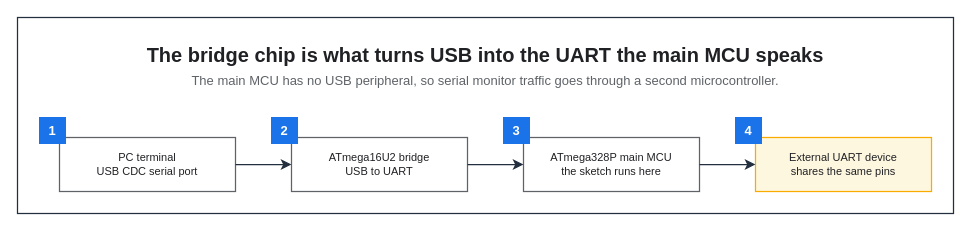
Earlier version of the draw.io diagram assets/img/hardware/usb-serial-bridge-flow.drawio (KKamJi98/kkamji98.github.io). Source tidied: cells renumbered, new cells numbered last; positions are measured from the earlier drawing's top-left corner, leaving out a move shared by most shapes. Both pictures are drawn from the tidied source at 100%, with x=0, y=0 at pixel (17, 17).
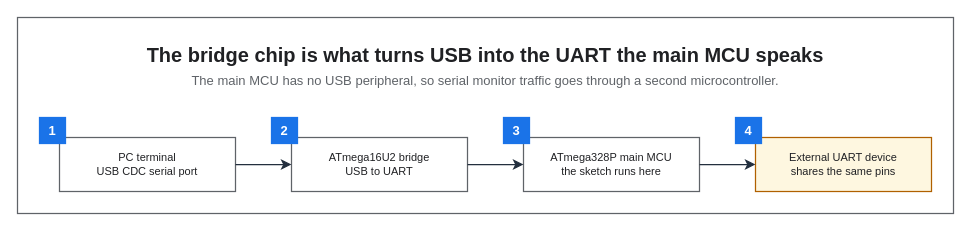
Above is the later version.

What changed in the source:
```diff
@@
 <mxGraphModel background="#FFFFFF">
   <root>
     <mxCell id="0" />
     <mxCell id="1" parent="0" />
-    <mxCell id="2" style="rounded=0;html=0;fillColor=none;strokeColor=#232F3E;fontColor=#202124;strokeWidth=1.25;" parent="1" vertex="1">
+    <mxCell id="2" style="rounded=0;html=0;fillColor=none;strokeColor=#5F6368;fontColor=#202124;strokeWidth=1.25;" parent="1" vertex="1">
       <mxGeometry width="936" height="196" as="geometry" />
     </mxCell>
     <mxCell id="3" value="The bridge chip is what turns USB into the UART the main MCU speaks" style="text;html=0;whiteSpace=wrap;fillColor=none;strokeColor=none;fontColor=#202124;fontSize=20;fontStyle=1;align=center;verticalAlign=middle;" parent="1" vertex="1">
       <mxGeometry x="22" y="22" width="892" height="30" as="geometry" />
     </mxCell>
     <mxCell id="4" value="The main MCU has no USB peripheral, so serial monitor traffic goes through a second microcontroller." style="text;html=0;whiteSpace=wrap;fillColor=none;strokeColor=none;fontColor=#5F6368;fontSize=13;fontStyle=0;align=center;verticalAlign=middle;" parent="1" vertex="1">
       <mxGeometry x="22" y="52" width="892" height="22" as="geometry" />
     </mxCell>
     <mxCell id="5" value="PC terminal&#10;USB CDC serial port" style="rounded=0;whiteSpace=wrap;html=0;fillColor=#FFFFFF;strokeColor=#5F6368;fontColor=#202124;fontSize=11;fontStyle=0;align=center;verticalAlign=middle;spacingLeft=6;spacingRight=6;strokeWidth=1.25;" parent="1" vertex="1">
       <mxGeometry x="42" y="120" width="176" height="54" as="geometry" />
     </mxCell>
     <mxCell id="6" value="ATmega16U2 bridge&#10;USB to UART" style="rounded=0;whiteSpace=wrap;html=0;fillColor=#FFFFFF;strokeColor=#5F6368;fontColor=#202124;fontSize=11;fontStyle=0;align=center;verticalAlign=middle;spacingLeft=6;spacingRight=6;strokeWidth=1.25;" parent="1" vertex="1">
       <mxGeometry x="274" y="120" width="176" height="54" as="geometry" />
     </mxCell>
     <mxCell id="7" value="ATmega328P main MCU&#10;the sketch runs here" style="rounded=0;whiteSpace=wrap;html=0;fillColor=#FFFFFF;strokeColor=#5F6368;fontColor=#202124;fontSize=11;fontStyle=0;align=center;verticalAlign=middle;spacingLeft=6;spacingRight=6;strokeWidth=1.25;" parent="1" vertex="1">
       <mxGeometry x="506" y="120" width="176" height="54" as="geometry" />
     </mxCell>
-    <mxCell id="8" value="External UART device&#10;shares the same pins" style="rounded=0;whiteSpace=wrap;html=0;fillColor=#FEF7E0;strokeColor=#F9AB00;fontColor=#202124;fontSize=11;fontStyle=0;align=center;verticalAlign=middle;spacingLeft=6;spacingRight=6;strokeWidth=1.25;" parent="1" vertex="1">
+    <mxCell id="8" value="External UART device&#10;shares the same pins" style="rounded=0;whiteSpace=wrap;html=0;fillColor=#FEF7E0;strokeColor=#B06000;fontColor=#202124;fontSize=11;fontStyle=0;align=center;verticalAlign=middle;spacingLeft=6;spacingRight=6;strokeWidth=1.25;" parent="1" vertex="1">
       <mxGeometry x="738" y="120" width="176" height="54" as="geometry" />
     </mxCell>
-    <mxCell id="9" value="1" style="rounded=0;whiteSpace=wrap;html=0;fillColor=#1A73E8;strokeColor=#1A73E8;fontColor=#FFFFFF;fontSize=13;fontStyle=1;align=center;verticalAlign=middle;" parent="1" vertex="1">
+    <mxCell id="9" value="1" style="rounded=0;whiteSpace=wrap;html=0;fillColor=#1A73E8;strokeColor=#1A73E8;fontColor=#FFFFFF;fontSize=13;fontStyle=1;align=center;verticalAlign=middle;strokeWidth=1.25;" parent="1" vertex="1">
       <mxGeometry x="22" y="100" width="26" height="26" as="geometry" />
     </mxCell>
-    <mxCell id="10" value="2" style="rounded=0;whiteSpace=wrap;html=0;fillColor=#1A73E8;strokeColor=#1A73E8;fontColor=#FFFFFF;fontSize=13;fontStyle=1;align=center;verticalAlign=middle;" parent="1" vertex="1">
+    <mxCell id="10" value="2" style="rounded=0;whiteSpace=wrap;html=0;fillColor=#1A73E8;strokeColor=#1A73E8;fontColor=#FFFFFF;fontSize=13;fontStyle=1;align=center;verticalAlign=middle;strokeWidth=1.25;" parent="1" vertex="1">
       <mxGeometry x="254" y="100" width="26" height="26" as="geometry" />
     </mxCell>
-    <mxCell id="11" value="3" style="rounded=0;whiteSpace=wrap;html=0;fillColor=#1A73E8;strokeColor=#1A73E8;fontColor=#FFFFFF;fontSize=13;fontStyle=1;align=center;verticalAlign=middle;" parent="1" vertex="1">
+    <mxCell id="11" value="3" style="rounded=0;whiteSpace=wrap;html=0;fillColor=#1A73E8;strokeColor=#1A73E8;fontColor=#FFFFFF;fontSize=13;fontStyle=1;align=center;verticalAlign=middle;strokeWidth=1.25;" parent="1" vertex="1">
       <mxGeometry x="486" y="100" width="26" height="26" as="geometry" />
     </mxCell>
-    <mxCell id="12" value="4" style="rounded=0;whiteSpace=wrap;html=0;fillColor=#1A73E8;strokeColor=#1A73E8;fontColor=#FFFFFF;fontSize=13;fontStyle=1;align=center;verticalAlign=middle;" parent="1" vertex="1">
+    <mxCell id="12" value="4" style="rounded=0;whiteSpace=wrap;html=0;fillColor=#1A73E8;strokeColor=#1A73E8;fontColor=#FFFFFF;fontSize=13;fontStyle=1;align=center;verticalAlign=middle;strokeWidth=1.25;" parent="1" vertex="1">
       <mxGeometry x="718" y="100" width="26" height="26" as="geometry" />
     </mxCell>
     <mxCell id="13" style="edgeStyle=orthogonalEdgeStyle;rounded=0;html=0;strokeColor=#232F3E;strokeWidth=1.25;endArrow=classic;endFill=1;endSize=7;fontSize=11;fontColor=#202124;labelBackgroundColor=none;jettySize=14;exitX=1;exitY=0.5;entryX=0;entryY=0.5;exitDx=0;exitDy=0;entryDx=0;entryDy=0;" parent="1" edge="1" source="5" target="6">
       <mxGeometry relative="1" as="geometry" />
     </mxCell>
     <mxCell id="14" style="edgeStyle=orthogonalEdgeStyle;rounded=0;html=0;strokeColor=#232F3E;strokeWidth=1.25;endArrow=classic;endFill=1;endSize=7;fontSize=11;fontColor=#202124;labelBackgroundColor=none;jettySize=14;exitX=1;exitY=0.5;entryX=0;entryY=0.5;exitDx=0;exitDy=0;entryDx=0;entryDy=0;" parent="1" edge="1" source="6" target="7">
       <mxGeometry relative="1" as="geometry" />
     </mxCell>
     <mxCell id="15" style="edgeStyle=orthogonalEdgeStyle;rounded=0;html=0;strokeColor=#232F3E;strokeWidth=1.25;endArrow=classic;endFill=1;endSize=7;fontSize=11;fontColor=#202124;labelBackgroundColor=none;jettySize=14;exitX=1;exitY=0.5;entryX=0;entryY=0.5;exitDx=0;exitDy=0;entryDx=0;entryDy=0;" parent="1" edge="1" source="7" target="8">
       <mxGeometry relative="1" as="geometry" />
     </mxCell>
   </root>
 </mxGraphModel>
```
